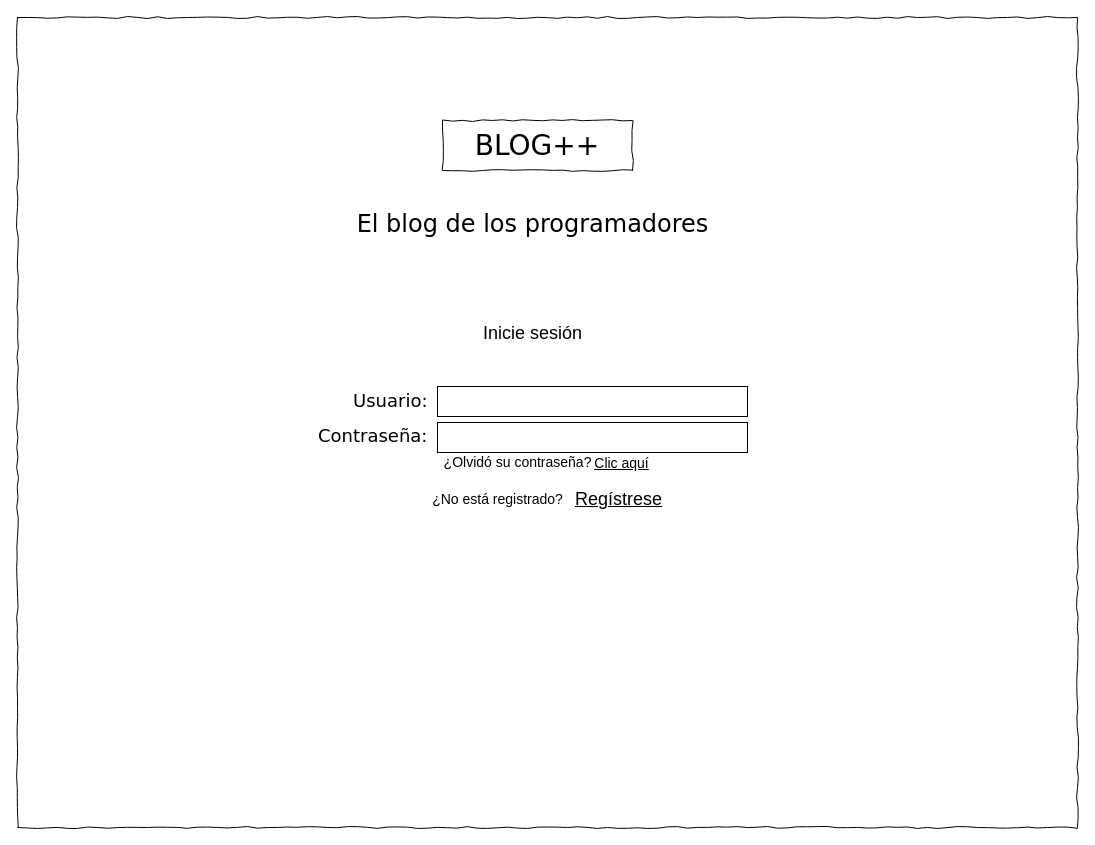
Above: page "InicioSesión" (1 of 3) of SketchRegistroUsuarios.drawio in andresico01/RetoUniNorteCiclo3 (draw.io), before the change. Source tidied: cells renumbered, new cells numbered last; positions are measured from the earlier drawing's top-left corner, leaving out a move shared by most shapes. Both pictures are drawn from the tidied source at 100%, with x=0, y=0 at pixel (17, 17).
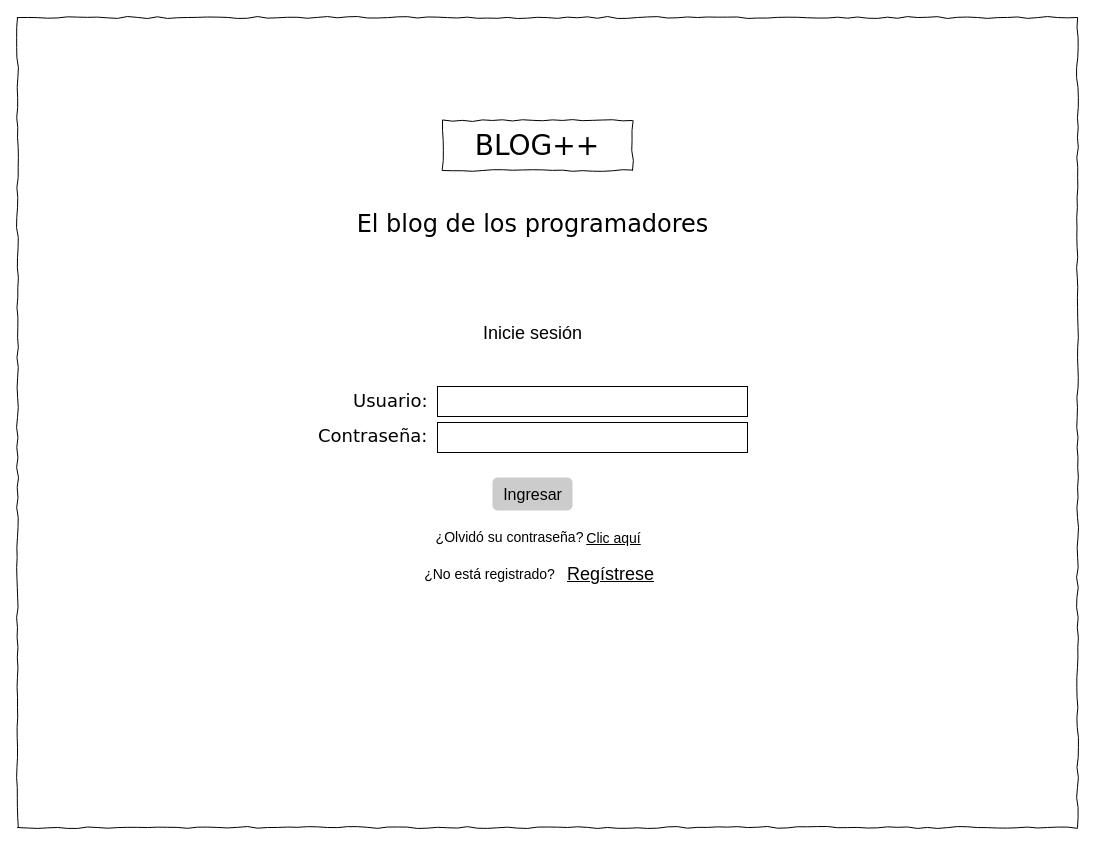
Above is the later version.

What changed in the source:
```diff
@@
 <mxGraphModel>
   <root>
     <mxCell id="0" />
     <mxCell id="1" parent="0" />
     <mxCell id="2" style="whiteSpace=wrap;html=1;rounded=0;shadow=0;labelBackgroundColor=none;strokeColor=#000000;strokeWidth=1;fillColor=none;fontFamily=Verdana;fontSize=12;fontColor=#000000;align=center;comic=1;" parent="1" vertex="1">
       <mxGeometry width="1060" height="810" as="geometry" />
     </mxCell>
     <mxCell id="3" value="BLOG++" style="whiteSpace=wrap;html=1;rounded=0;shadow=0;labelBackgroundColor=none;strokeWidth=1;fontFamily=Verdana;fontSize=28;align=center;comic=1;" parent="1" vertex="1">
       <mxGeometry x="425" y="103" width="190" height="50" as="geometry" />
     </mxCell>
     <mxCell id="4" value="&lt;font style=&quot;font-size: 24px&quot;&gt;El blog de los programadores&lt;/font&gt;" style="text;html=1;align=center;verticalAlign=top;spacingTop=-4;fontSize=14;fontFamily=Verdana;" parent="1" vertex="1">
       <mxGeometry x="310" y="190" width="410" height="20" as="geometry" />
     </mxCell>
     <mxCell id="5" value="&lt;font style=&quot;font-size: 18px&quot;&gt;Usuario:&lt;/font&gt;" style="text;html=1;align=left;verticalAlign=top;spacingTop=-4;fontSize=14;fontFamily=Verdana;" parent="1" vertex="1">
       <mxGeometry x="334" y="370" width="170" height="20" as="geometry" />
     </mxCell>
     <mxCell id="6" value="&lt;font style=&quot;font-size: 18px&quot;&gt;Contraseña:&lt;/font&gt;" style="text;html=1;align=left;verticalAlign=top;spacingTop=-4;fontSize=14;fontFamily=Verdana;" parent="1" vertex="1">
       <mxGeometry x="299" y="405" width="170" height="20" as="geometry" />
     </mxCell>
     <mxCell id="7" value="&lt;font style=&quot;font-size: 18px&quot;&gt;Inicie sesión&lt;/font&gt;" style="text;html=1;align=center;verticalAlign=middle;fillColor=none;strokeColor=none;rounded=0;" parent="1" vertex="1">
       <mxGeometry x="460" y="306" width="110" height="20" as="geometry" />
     </mxCell>
     <mxCell id="8" style="rounded=0;whiteSpace=wrap;html=1;" parent="1" vertex="1">
       <mxGeometry x="420" y="369" width="310" height="30" as="geometry" />
     </mxCell>
     <mxCell id="9" style="rounded=0;whiteSpace=wrap;html=1;" parent="1" vertex="1">
       <mxGeometry x="420" y="405" width="310" height="30" as="geometry" />
     </mxCell>
     <mxCell id="10" value="&lt;font style=&quot;font-size: 14px&quot;&gt;¿No está registrado?&lt;/font&gt;" style="text;html=1;align=center;verticalAlign=middle;fillColor=none;strokeColor=none;rounded=0;" parent="1" vertex="1">
-      <mxGeometry x="405" y="472" width="150" height="20" as="geometry" />
+      <mxGeometry x="397" y="547" width="150" height="20" as="geometry" />
     </mxCell>
     <mxCell id="11" value="&lt;u&gt;&lt;font style=&quot;font-size: 18px&quot;&gt;Regístrese&lt;/font&gt;&lt;/u&gt;" style="text;html=1;align=center;verticalAlign=middle;fillColor=none;strokeColor=none;rounded=0;fontSize=16;" parent="1" vertex="1">
-      <mxGeometry x="551" y="472" width="100" height="20" as="geometry" />
+      <mxGeometry x="543" y="547" width="100" height="20" as="geometry" />
     </mxCell>
     <mxCell id="12" value="&lt;font style=&quot;font-size: 14px&quot;&gt;¿Olvidó su contraseña?&lt;/font&gt;" style="text;html=1;align=center;verticalAlign=middle;fillColor=none;strokeColor=none;rounded=0;" parent="1" vertex="1">
-      <mxGeometry x="420" y="435" width="160" height="20" as="geometry" />
+      <mxGeometry x="412" y="510" width="160" height="20" as="geometry" />
     </mxCell>
     <mxCell id="13" value="&lt;u&gt;&lt;font style=&quot;font-size: 14px&quot;&gt;Clic aquí&lt;/font&gt;&lt;/u&gt;" style="text;html=1;align=center;verticalAlign=middle;fillColor=none;strokeColor=none;rounded=0;fontSize=16;" parent="1" vertex="1">
-      <mxGeometry x="569" y="430" width="70" height="30" as="geometry" />
+      <mxGeometry x="561" y="505" width="70" height="30" as="geometry" />
     </mxCell>
+    <mxCell id="14" value="&lt;font style=&quot;background-color: rgb(204 , 204 , 204) ; font-size: 16px&quot; color=&quot;#000000&quot;&gt;Ingresar&lt;/font&gt;" style="rounded=1;align=center;strokeColor=none;html=1;fontColor=#ffffff;fontSize=12;fillColor=#CCCCCC;" parent="1" vertex="1">
+      <mxGeometry x="475" y="460" width="80" height="33" as="geometry" />
+    </mxCell>
   </root>
 </mxGraphModel>
```
